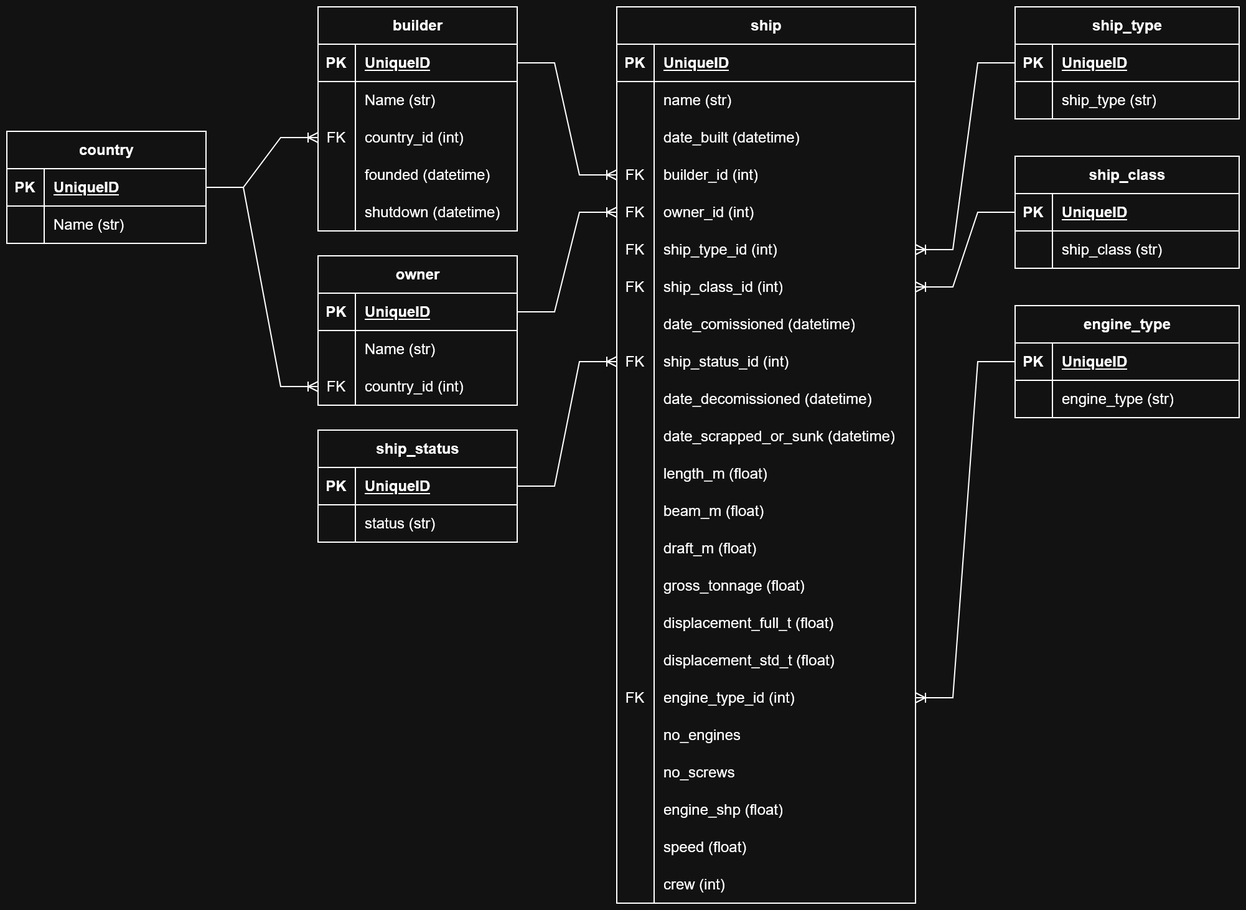
This is docs/ships_erd.png from MangledPotat0/ships_db, a draw.io export, as it was before one commit. Source tidied: cells renumbered, new cells last; positions are measured from the earlier drawing's top-left corner, leaving out a move shared by most shapes.
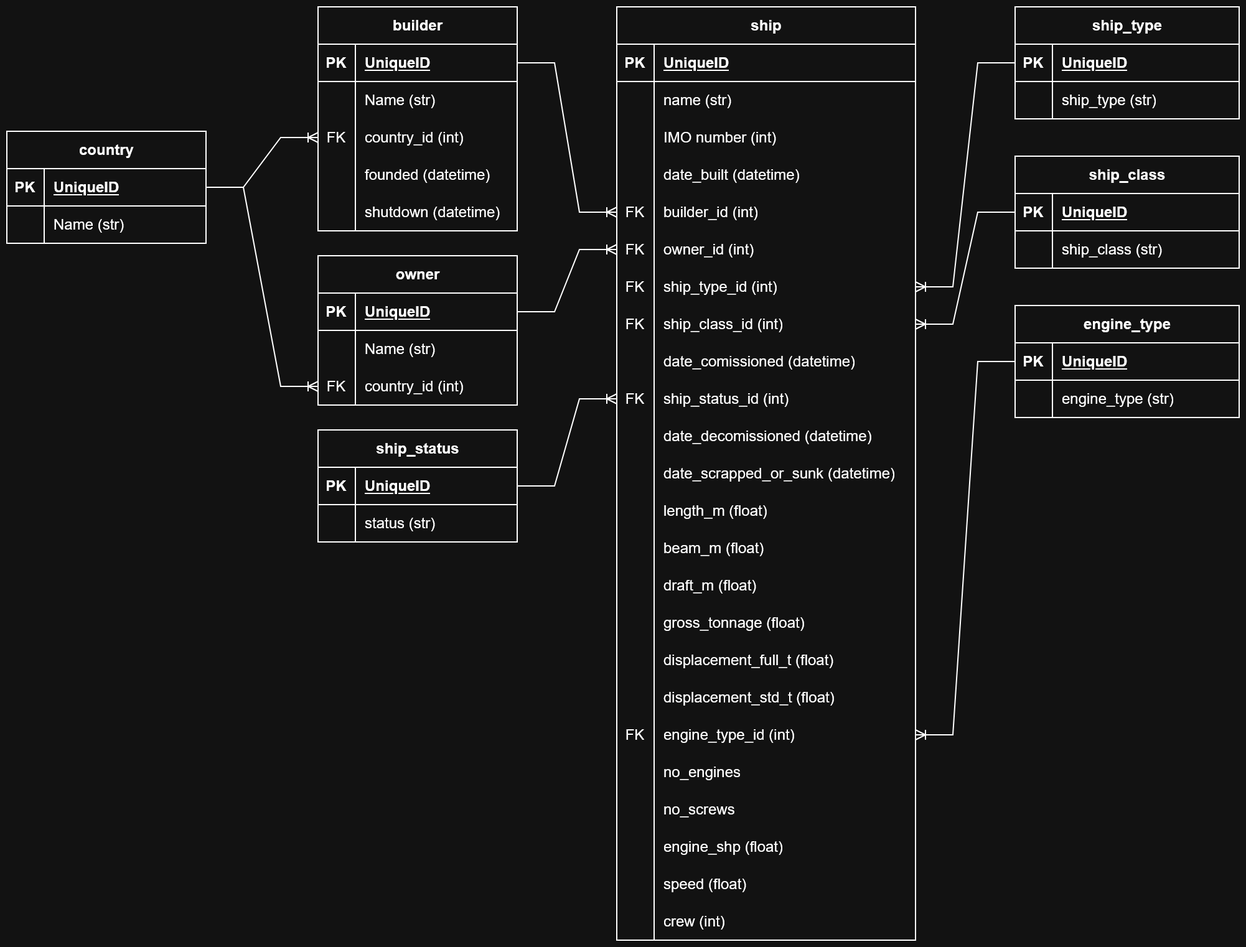
Above is the later version.

The edit, as a diff of the source:
```diff
@@ -3,7 +3,7 @@
     <mxCell id="0" />
     <mxCell id="1" parent="0" />
     <mxCell id="2" value="ship" style="shape=table;startSize=30;rowLines=0;fontStyle=1;align=center;html=1;" parent="1" vertex="1">
-      <mxGeometry x="490" width="240" height="720" as="geometry" />
+      <mxGeometry x="490" width="240" height="750" as="geometry" />
     </mxCell>
     <mxCell id="3" style="shape=tableRow;horizontal=0;startSize=0;swimlaneHead=0;swimlaneBody=0;fillColor=none;top=0;left=0;right=0;bottom=1;" parent="2" vertex="1">
       <mxGeometry y="30" width="240" height="30" as="geometry" />
@@ -23,8 +23,17 @@
     <mxCell id="8" value="name (str)" style="shape=partialRectangle;fillColor=none;top=0;left=0;bottom=0;right=0;align=left;spacingLeft=6;overflow=hidden;whiteSpace=wrap;html=1;" parent="6" vertex="1">
       <mxGeometry x="30" width="210" height="30" as="geometry" />
     </mxCell>
+    <mxCell id="141" style="shape=tableRow;horizontal=0;startSize=0;swimlaneHead=0;swimlaneBody=0;fillColor=none;top=0;left=0;right=0;bottom=0;" parent="2" vertex="1">
+      <mxGeometry y="90" width="240" height="30" as="geometry" />
+    </mxCell>
+    <mxCell id="142" style="shape=partialRectangle;fillColor=none;top=0;left=0;bottom=0;right=0;overflow=hidden;whiteSpace=wrap;html=1;" parent="141" vertex="1">
+      <mxGeometry width="30" height="30" as="geometry" />
+    </mxCell>
+    <mxCell id="143" value="&lt;div&gt;IMO number (int)&lt;/div&gt;" style="shape=partialRectangle;fillColor=none;top=0;left=0;bottom=0;right=0;align=left;spacingLeft=6;overflow=hidden;whiteSpace=wrap;html=1;" parent="141" vertex="1">
+      <mxGeometry x="30" width="210" height="30" as="geometry" />
+    </mxCell>
     <mxCell id="9" style="shape=tableRow;horizontal=0;startSize=0;swimlaneHead=0;swimlaneBody=0;fillColor=none;top=0;left=0;right=0;bottom=0;" parent="2" vertex="1">
-      <mxGeometry y="90" width="240" height="30" as="geometry" />
+      <mxGeometry y="120" width="240" height="30" as="geometry" />
     </mxCell>
     <mxCell id="10" style="shape=partialRectangle;fillColor=none;top=0;left=0;bottom=0;right=0;overflow=hidden;whiteSpace=wrap;html=1;" parent="9" vertex="1">
       <mxGeometry width="30" height="30" as="geometry" />
@@ -33,7 +42,7 @@
       <mxGeometry x="30" width="210" height="30" as="geometry" />
     </mxCell>
     <mxCell id="12" style="shape=tableRow;horizontal=0;startSize=0;swimlaneHead=0;swimlaneBody=0;fillColor=none;points=[[0,0.5],[1,0.5]];portConstraint=eastwest;top=0;left=0;right=0;bottom=0;" parent="2" vertex="1">
-      <mxGeometry y="120" width="240" height="30" as="geometry" />
+      <mxGeometry y="150" width="240" height="30" as="geometry" />
     </mxCell>
     <mxCell id="13" value="FK" style="shape=partialRectangle;fillColor=none;top=0;left=0;bottom=0;right=0;overflow=hidden;whiteSpace=wrap;html=1;" parent="12" vertex="1">
       <mxGeometry width="30" height="30" as="geometry" />
@@ -42,7 +51,7 @@
       <mxGeometry x="30" width="210" height="30" as="geometry" />
     </mxCell>
     <mxCell id="15" style="shape=tableRow;horizontal=0;startSize=0;swimlaneHead=0;swimlaneBody=0;fillColor=none;points=[[0,0.5],[1,0.5]];portConstraint=eastwest;top=0;left=0;right=0;bottom=0;" parent="2" vertex="1">
-      <mxGeometry y="150" width="240" height="30" as="geometry" />
+      <mxGeometry y="180" width="240" height="30" as="geometry" />
     </mxCell>
     <mxCell id="16" value="FK" style="shape=partialRectangle;fillColor=none;top=0;left=0;bottom=0;right=0;overflow=hidden;whiteSpace=wrap;html=1;" parent="15" vertex="1">
       <mxGeometry width="30" height="30" as="geometry" />
@@ -51,7 +60,7 @@
       <mxGeometry x="30" width="210" height="30" as="geometry" />
     </mxCell>
     <mxCell id="18" style="shape=tableRow;horizontal=0;startSize=0;swimlaneHead=0;swimlaneBody=0;fillColor=none;points=[[0,0.5],[1,0.5]];portConstraint=eastwest;top=0;left=0;right=0;bottom=0;" parent="2" vertex="1">
-      <mxGeometry y="180" width="240" height="30" as="geometry" />
+      <mxGeometry y="210" width="240" height="30" as="geometry" />
     </mxCell>
     <mxCell id="19" value="FK" style="shape=partialRectangle;fillColor=none;top=0;left=0;bottom=0;right=0;overflow=hidden;whiteSpace=wrap;html=1;" parent="18" vertex="1">
       <mxGeometry width="30" height="30" as="geometry" />
@@ -60,7 +69,7 @@
       <mxGeometry x="30" width="210" height="30" as="geometry" />
     </mxCell>
     <mxCell id="21" style="shape=tableRow;horizontal=0;startSize=0;swimlaneHead=0;swimlaneBody=0;fillColor=none;points=[[0,0.5],[1,0.5]];portConstraint=eastwest;top=0;left=0;right=0;bottom=0;" parent="2" vertex="1">
-      <mxGeometry y="210" width="240" height="30" as="geometry" />
+      <mxGeometry y="240" width="240" height="30" as="geometry" />
     </mxCell>
     <mxCell id="22" value="FK" style="shape=partialRectangle;fillColor=none;top=0;left=0;bottom=0;right=0;overflow=hidden;whiteSpace=wrap;html=1;" parent="21" vertex="1">
       <mxGeometry width="30" height="30" as="geometry" />
@@ -69,7 +78,7 @@
       <mxGeometry x="30" width="210" height="30" as="geometry" />
     </mxCell>
     <mxCell id="24" style="shape=tableRow;horizontal=0;startSize=0;swimlaneHead=0;swimlaneBody=0;fillColor=none;top=0;left=0;right=0;bottom=0;" parent="2" vertex="1">
-      <mxGeometry y="240" width="240" height="30" as="geometry" />
+      <mxGeometry y="270" width="240" height="30" as="geometry" />
     </mxCell>
     <mxCell id="25" style="shape=partialRectangle;fillColor=none;top=0;left=0;bottom=0;right=0;overflow=hidden;whiteSpace=wrap;html=1;" parent="24" vertex="1">
       <mxGeometry width="30" height="30" as="geometry" />
@@ -78,7 +87,7 @@
       <mxGeometry x="30" width="210" height="30" as="geometry" />
     </mxCell>
     <mxCell id="27" style="shape=tableRow;horizontal=0;startSize=0;swimlaneHead=0;swimlaneBody=0;fillColor=none;points=[[0,0.5],[1,0.5]];portConstraint=eastwest;top=0;left=0;right=0;bottom=0;" parent="2" vertex="1">
-      <mxGeometry y="270" width="240" height="30" as="geometry" />
+      <mxGeometry y="300" width="240" height="30" as="geometry" />
     </mxCell>
     <mxCell id="28" value="FK" style="shape=partialRectangle;fillColor=none;top=0;left=0;bottom=0;right=0;overflow=hidden;whiteSpace=wrap;html=1;" parent="27" vertex="1">
       <mxGeometry width="30" height="30" as="geometry" />
@@ -87,7 +96,7 @@
       <mxGeometry x="30" width="210" height="30" as="geometry" />
     </mxCell>
     <mxCell id="30" style="shape=tableRow;horizontal=0;startSize=0;swimlaneHead=0;swimlaneBody=0;fillColor=none;top=0;left=0;right=0;bottom=0;" parent="2" vertex="1">
-      <mxGeometry y="300" width="240" height="30" as="geometry" />
+      <mxGeometry y="330" width="240" height="30" as="geometry" />
     </mxCell>
     <mxCell id="31" style="shape=partialRectangle;fillColor=none;top=0;left=0;bottom=0;right=0;overflow=hidden;whiteSpace=wrap;html=1;" parent="30" vertex="1">
       <mxGeometry width="30" height="30" as="geometry" />
@@ -96,7 +105,7 @@
       <mxGeometry x="30" width="210" height="30" as="geometry" />
     </mxCell>
     <mxCell id="33" style="shape=tableRow;horizontal=0;startSize=0;swimlaneHead=0;swimlaneBody=0;fillColor=none;top=0;left=0;right=0;bottom=0;" parent="2" vertex="1">
-      <mxGeometry y="330" width="240" height="30" as="geometry" />
+      <mxGeometry y="360" width="240" height="30" as="geometry" />
     </mxCell>
     <mxCell id="34" style="shape=partialRectangle;fillColor=none;top=0;left=0;bottom=0;right=0;overflow=hidden;whiteSpace=wrap;html=1;" parent="33" vertex="1">
       <mxGeometry width="30" height="30" as="geometry" />
@@ -105,7 +114,7 @@
       <mxGeometry x="30" width="210" height="30" as="geometry" />
     </mxCell>
     <mxCell id="36" style="shape=tableRow;horizontal=0;startSize=0;swimlaneHead=0;swimlaneBody=0;fillColor=none;top=0;left=0;right=0;bottom=0;" parent="2" vertex="1">
-      <mxGeometry y="360" width="240" height="30" as="geometry" />
+      <mxGeometry y="390" width="240" height="30" as="geometry" />
     </mxCell>
     <mxCell id="37" style="shape=partialRectangle;fillColor=none;top=0;left=0;bottom=0;right=0;overflow=hidden;whiteSpace=wrap;html=1;" parent="36" vertex="1">
       <mxGeometry width="30" height="30" as="geometry" />
@@ -114,7 +123,7 @@
       <mxGeometry x="30" width="210" height="30" as="geometry" />
     </mxCell>
     <mxCell id="39" style="shape=tableRow;horizontal=0;startSize=0;swimlaneHead=0;swimlaneBody=0;fillColor=none;top=0;left=0;right=0;bottom=0;" parent="2" vertex="1">
-      <mxGeometry y="390" width="240" height="30" as="geometry" />
+      <mxGeometry y="420" width="240" height="30" as="geometry" />
     </mxCell>
     <mxCell id="40" style="shape=partialRectangle;fillColor=none;top=0;left=0;bottom=0;right=0;overflow=hidden;whiteSpace=wrap;html=1;" parent="39" vertex="1">
       <mxGeometry width="30" height="30" as="geometry" />
@@ -123,7 +132,7 @@
       <mxGeometry x="30" width="210" height="30" as="geometry" />
     </mxCell>
     <mxCell id="42" style="shape=tableRow;horizontal=0;startSize=0;swimlaneHead=0;swimlaneBody=0;fillColor=none;top=0;left=0;right=0;bottom=0;" parent="2" vertex="1">
-      <mxGeometry y="420" width="240" height="30" as="geometry" />
+      <mxGeometry y="450" width="240" height="30" as="geometry" />
     </mxCell>
     <mxCell id="43" style="shape=partialRectangle;fillColor=none;top=0;left=0;bottom=0;right=0;overflow=hidden;whiteSpace=wrap;html=1;" parent="42" vertex="1">
       <mxGeometry width="30" height="30" as="geometry" />
@@ -132,7 +141,7 @@
       <mxGeometry x="30" width="210" height="30" as="geometry" />
     </mxCell>
     <mxCell id="45" style="shape=tableRow;horizontal=0;startSize=0;swimlaneHead=0;swimlaneBody=0;fillColor=none;top=0;left=0;right=0;bottom=0;" parent="2" vertex="1">
-      <mxGeometry y="450" width="240" height="30" as="geometry" />
+      <mxGeometry y="480" width="240" height="30" as="geometry" />
     </mxCell>
     <mxCell id="46" style="shape=partialRectangle;fillColor=none;top=0;left=0;bottom=0;right=0;overflow=hidden;whiteSpace=wrap;html=1;" parent="45" vertex="1">
       <mxGeometry width="30" height="30" as="geometry" />
@@ -141,7 +150,7 @@
       <mxGeometry x="30" width="210" height="30" as="geometry" />
     </mxCell>
     <mxCell id="48" style="shape=tableRow;horizontal=0;startSize=0;swimlaneHead=0;swimlaneBody=0;fillColor=none;top=0;left=0;right=0;bottom=0;" parent="2" vertex="1">
-      <mxGeometry y="480" width="240" height="30" as="geometry" />
+      <mxGeometry y="510" width="240" height="30" as="geometry" />
     </mxCell>
     <mxCell id="49" style="shape=partialRectangle;fillColor=none;top=0;left=0;bottom=0;right=0;overflow=hidden;whiteSpace=wrap;html=1;" parent="48" vertex="1">
       <mxGeometry width="30" height="30" as="geometry" />
@@ -150,7 +159,7 @@
       <mxGeometry x="30" width="210" height="30" as="geometry" />
     </mxCell>
     <mxCell id="51" style="shape=tableRow;horizontal=0;startSize=0;swimlaneHead=0;swimlaneBody=0;fillColor=none;top=0;left=0;right=0;bottom=0;" parent="2" vertex="1">
-      <mxGeometry y="510" width="240" height="30" as="geometry" />
+      <mxGeometry y="540" width="240" height="30" as="geometry" />
     </mxCell>
     <mxCell id="52" style="shape=partialRectangle;fillColor=none;top=0;left=0;bottom=0;right=0;overflow=hidden;whiteSpace=wrap;html=1;" parent="51" vertex="1">
       <mxGeometry width="30" height="30" as="geometry" />
@@ -159,7 +168,7 @@
       <mxGeometry x="30" width="210" height="30" as="geometry" />
     </mxCell>
     <mxCell id="54" style="shape=tableRow;horizontal=0;startSize=0;swimlaneHead=0;swimlaneBody=0;fillColor=none;points=[[0,0.5],[1,0.5]];portConstraint=eastwest;top=0;left=0;right=0;bottom=0;" parent="2" vertex="1">
-      <mxGeometry y="540" width="240" height="30" as="geometry" />
+      <mxGeometry y="570" width="240" height="30" as="geometry" />
     </mxCell>
     <mxCell id="55" value="FK" style="shape=partialRectangle;fillColor=none;top=0;left=0;bottom=0;right=0;overflow=hidden;whiteSpace=wrap;html=1;" parent="54" vertex="1">
       <mxGeometry width="30" height="30" as="geometry" />
@@ -168,7 +177,7 @@
       <mxGeometry x="30" width="210" height="30" as="geometry" />
     </mxCell>
     <mxCell id="57" style="shape=tableRow;horizontal=0;startSize=0;swimlaneHead=0;swimlaneBody=0;fillColor=none;top=0;left=0;right=0;bottom=0;" parent="2" vertex="1">
-      <mxGeometry y="570" width="240" height="30" as="geometry" />
+      <mxGeometry y="600" width="240" height="30" as="geometry" />
     </mxCell>
     <mxCell id="58" style="shape=partialRectangle;fillColor=none;top=0;left=0;bottom=0;right=0;overflow=hidden;whiteSpace=wrap;html=1;" parent="57" vertex="1">
       <mxGeometry width="30" height="30" as="geometry" />
@@ -177,7 +186,7 @@
       <mxGeometry x="30" width="210" height="30" as="geometry" />
     </mxCell>
     <mxCell id="60" style="shape=tableRow;horizontal=0;startSize=0;swimlaneHead=0;swimlaneBody=0;fillColor=none;top=0;left=0;right=0;bottom=0;" parent="2" vertex="1">
-      <mxGeometry y="600" width="240" height="30" as="geometry" />
+      <mxGeometry y="630" width="240" height="30" as="geometry" />
     </mxCell>
     <mxCell id="61" style="shape=partialRectangle;fillColor=none;top=0;left=0;bottom=0;right=0;overflow=hidden;whiteSpace=wrap;html=1;" parent="60" vertex="1">
       <mxGeometry width="30" height="30" as="geometry" />
@@ -186,7 +195,7 @@
       <mxGeometry x="30" width="210" height="30" as="geometry" />
     </mxCell>
     <mxCell id="63" style="shape=tableRow;horizontal=0;startSize=0;swimlaneHead=0;swimlaneBody=0;fillColor=none;top=0;left=0;right=0;bottom=0;" parent="2" vertex="1">
-      <mxGeometry y="630" width="240" height="30" as="geometry" />
+      <mxGeometry y="660" width="240" height="30" as="geometry" />
     </mxCell>
     <mxCell id="64" style="shape=partialRectangle;fillColor=none;top=0;left=0;bottom=0;right=0;overflow=hidden;whiteSpace=wrap;html=1;" parent="63" vertex="1">
       <mxGeometry width="30" height="30" as="geometry" />
@@ -195,7 +204,7 @@
       <mxGeometry x="30" width="210" height="30" as="geometry" />
     </mxCell>
     <mxCell id="66" style="shape=tableRow;horizontal=0;startSize=0;swimlaneHead=0;swimlaneBody=0;fillColor=none;top=0;left=0;right=0;bottom=0;" parent="2" vertex="1">
-      <mxGeometry y="660" width="240" height="30" as="geometry" />
+      <mxGeometry y="690" width="240" height="30" as="geometry" />
     </mxCell>
     <mxCell id="67" style="shape=partialRectangle;fillColor=none;top=0;left=0;bottom=0;right=0;overflow=hidden;whiteSpace=wrap;html=1;" parent="66" vertex="1">
       <mxGeometry width="30" height="30" as="geometry" />
@@ -204,7 +213,7 @@
       <mxGeometry x="30" width="210" height="30" as="geometry" />
     </mxCell>
     <mxCell id="69" style="shape=tableRow;horizontal=0;startSize=0;swimlaneHead=0;swimlaneBody=0;fillColor=none;top=0;left=0;right=0;bottom=0;" parent="2" vertex="1">
-      <mxGeometry y="690" width="240" height="30" as="geometry" />
+      <mxGeometry y="720" width="240" height="30" as="geometry" />
     </mxCell>
     <mxCell id="70" style="shape=partialRectangle;fillColor=none;top=0;left=0;bottom=0;right=0;overflow=hidden;whiteSpace=wrap;html=1;" parent="69" vertex="1">
       <mxGeometry width="30" height="30" as="geometry" />
```
